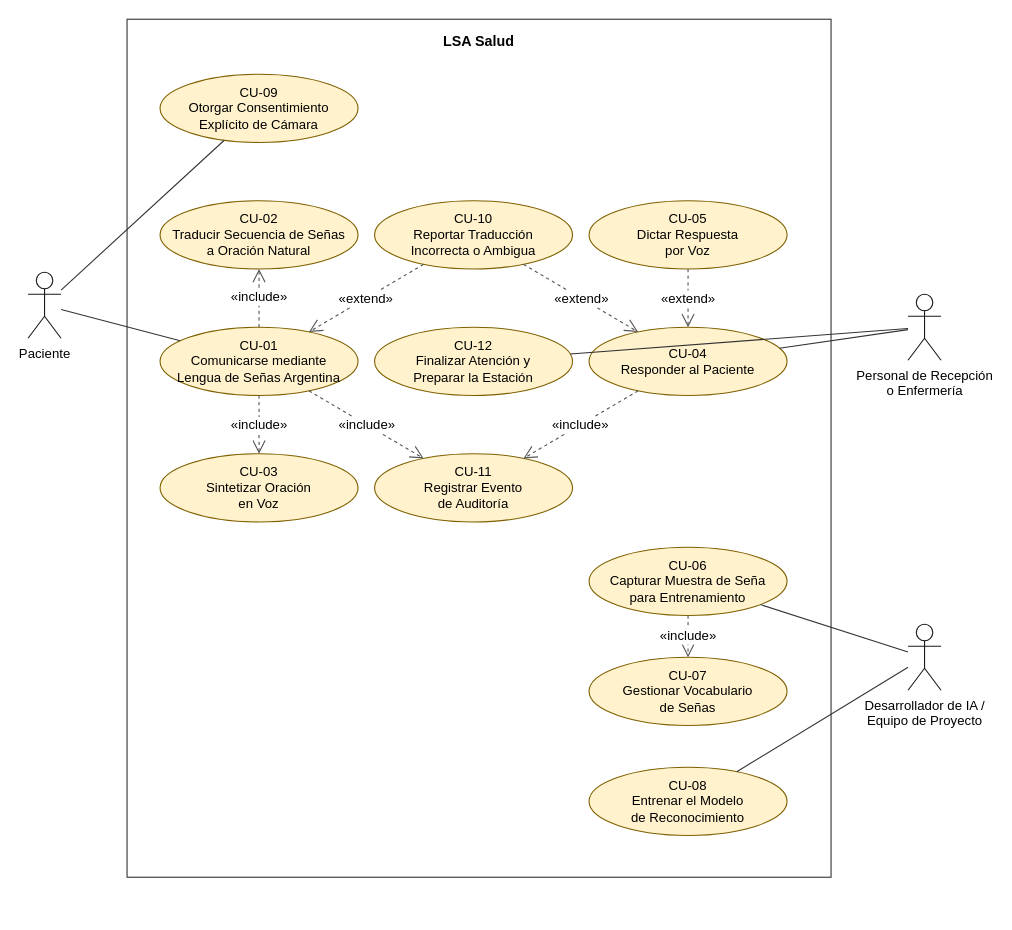
Earlier version of the draw.io diagram docs/diagramas/casos_uso/02_casos_uso.drawio (santinohamada/Nexora). Source tidied: cells renumbered, new cells numbered last; positions are measured from the earlier drawing's top-left corner, leaving out a move shared by most shapes. Both pictures are drawn from the tidied source at 110%, with x=0, y=0 at pixel (28, 19).
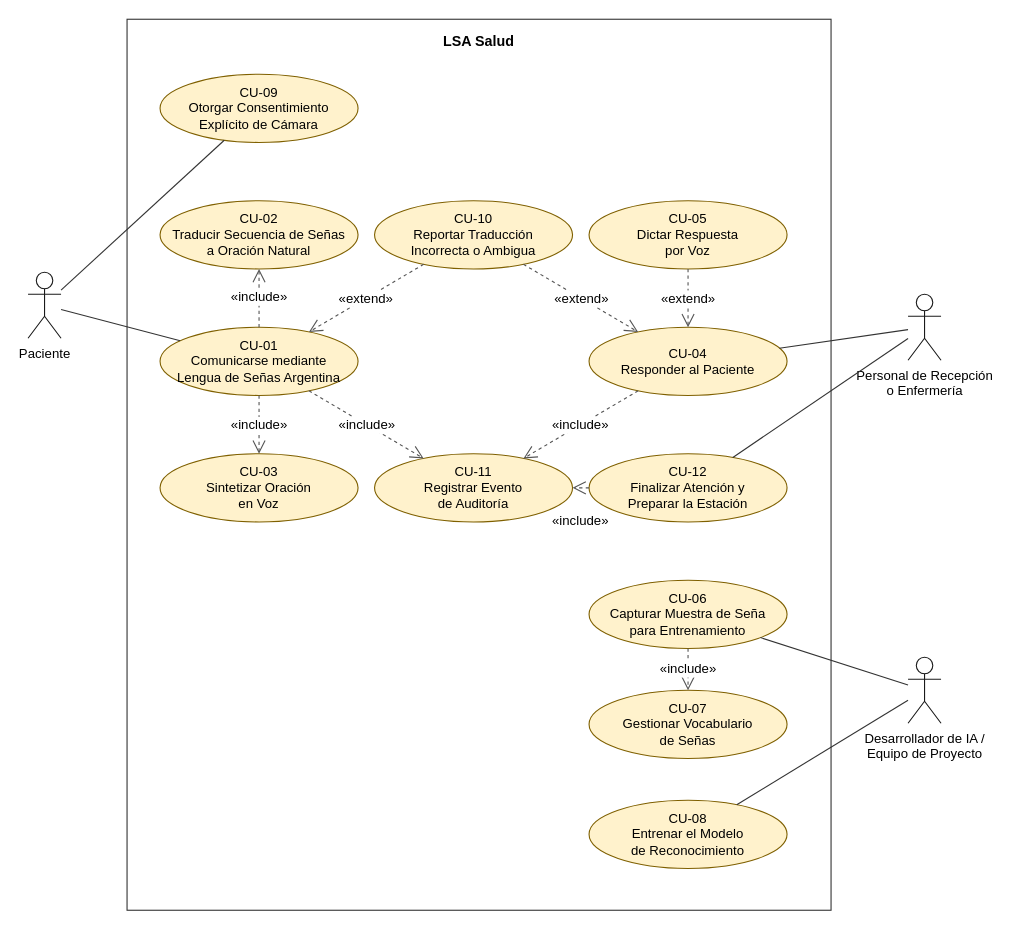
After the change.

The change refers to these unchanged cells:
```xml
<mxCell id="5" value="CU-01&lt;br&gt;Comunicarse mediante&lt;br&gt;Lengua de Señas Argentina" style="ellipse;whiteSpace=wrap;html=1;fillColor=#FFF2CC;strokeColor=#7F6000;fontFamily=Helvetica;fontSize=12;" parent="1" vertex="1">
  <mxGeometry x="120" y="280" width="180" height="62" as="geometry" />
</mxCell>
<mxCell id="7" value="CU-10&lt;br&gt;Reportar Traducción&lt;br&gt;Incorrecta o Ambigua" style="ellipse;whiteSpace=wrap;html=1;fillColor=#FFF2CC;strokeColor=#7F6000;fontFamily=Helvetica;fontSize=12;" parent="1" vertex="1">
  <mxGeometry x="315" y="165" width="180" height="62" as="geometry" />
</mxCell>
<mxCell id="9" value="CU-11&lt;br&gt;Registrar Evento&lt;br&gt;de Auditoría" style="ellipse;whiteSpace=wrap;html=1;fillColor=#FFF2CC;strokeColor=#7F6000;fontFamily=Helvetica;fontSize=12;" parent="1" vertex="1">
  <mxGeometry x="315" y="395" width="180" height="62" as="geometry" />
</mxCell>
<mxCell id="10" value="CU-05&lt;br&gt;Dictar Respuesta&lt;br&gt;por Voz" style="ellipse;whiteSpace=wrap;html=1;fillColor=#FFF2CC;strokeColor=#7F6000;fontFamily=Helvetica;fontSize=12;" parent="1" vertex="1">
  <mxGeometry x="510" y="165" width="180" height="62" as="geometry" />
</mxCell>
<mxCell id="11" value="CU-04&lt;br&gt;Responder al Paciente" style="ellipse;whiteSpace=wrap;html=1;fillColor=#FFF2CC;strokeColor=#7F6000;fontFamily=Helvetica;fontSize=12;" parent="1" vertex="1">
  <mxGeometry x="510" y="280" width="180" height="62" as="geometry" />
</mxCell>
```

What changed in the source:
```diff
@@
     <mxCell id="2" value="LSA Salud" style="rounded=0;whiteSpace=wrap;html=1;fillColor=none;strokeColor=#333333;verticalAlign=top;fontStyle=1;fontFamily=Helvetica;fontSize=13;spacingTop=6;" parent="1" vertex="1">
-      <mxGeometry x="90" width="640" height="780" as="geometry" />
+      <mxGeometry x="90" width="640" height="810" as="geometry" />
     </mxCell>
@@
     <mxCell id="8" value="CU-12&lt;br&gt;Finalizar Atención y&lt;br&gt;Preparar la Estación" style="ellipse;whiteSpace=wrap;html=1;fillColor=#FFF2CC;strokeColor=#7F6000;fontFamily=Helvetica;fontSize=12;" parent="1" vertex="1">
-      <mxGeometry x="315" y="280" width="180" height="62" as="geometry" />
+      <mxGeometry x="510" y="395" width="180" height="62" as="geometry" />
     </mxCell>
@@
     <mxCell id="12" value="CU-06&lt;br&gt;Capturar Muestra de Seña&lt;br&gt;para Entrenamiento" style="ellipse;whiteSpace=wrap;html=1;fillColor=#FFF2CC;strokeColor=#7F6000;fontFamily=Helvetica;fontSize=12;" parent="1" vertex="1">
-      <mxGeometry x="510" y="480" width="180" height="62" as="geometry" />
+      <mxGeometry x="510" y="510" width="180" height="62" as="geometry" />
     </mxCell>
     <mxCell id="13" value="CU-07&lt;br&gt;Gestionar Vocabulario&lt;br&gt;de Señas" style="ellipse;whiteSpace=wrap;html=1;fillColor=#FFF2CC;strokeColor=#7F6000;fontFamily=Helvetica;fontSize=12;" parent="1" vertex="1">
-      <mxGeometry x="510" y="580" width="180" height="62" as="geometry" />
+      <mxGeometry x="510" y="610" width="180" height="62" as="geometry" />
     </mxCell>
     <mxCell id="14" value="CU-08&lt;br&gt;Entrenar el Modelo&lt;br&gt;de Reconocimiento" style="ellipse;whiteSpace=wrap;html=1;fillColor=#FFF2CC;strokeColor=#7F6000;fontFamily=Helvetica;fontSize=12;" parent="1" vertex="1">
-      <mxGeometry x="510" y="680" width="180" height="62" as="geometry" />
+      <mxGeometry x="510" y="710" width="180" height="62" as="geometry" />
     </mxCell>
@@
     <mxCell id="17" value="Desarrollador de IA /&lt;br&gt;Equipo de Proyecto" style="shape=umlActor;verticalLabelPosition=bottom;verticalAlign=top;html=1;outlineConnect=0;fillColor=#FFFFFF;strokeColor=#1A1A1A;fontFamily=Helvetica;fontSize=12;" parent="1" vertex="1">
-      <mxGeometry x="800" y="550" width="30" height="60" as="geometry" />
+      <mxGeometry x="800" y="580" width="30" height="60" as="geometry" />
     </mxCell>
@@
-    <mxCell id="28" value="«include»" style="endArrow=open;endSize=10;dashed=1;html=1;strokeColor=#555555;fontFamily=Helvetica;fontSize=12;labelBackgroundColor=#FFFFFF;" parent="1" edge="1" source="12" target="13">
-      <mxGeometry relative="1" as="geometry" />
+    <mxCell id="28" value="«include»" style="endArrow=open;endSize=10;dashed=1;html=1;strokeColor=#555555;fontFamily=Helvetica;fontSize=12;labelBackgroundColor=#FFFFFF;" parent="1" edge="1" source="8" target="9">
+      <mxGeometry relative="1" as="geometry">
+        <mxPoint y="30" as="offset" />
+      </mxGeometry>
     </mxCell>
-    <mxCell id="29" value="«extend»" style="endArrow=open;endSize=10;dashed=1;html=1;strokeColor=#555555;fontFamily=Helvetica;fontSize=12;labelBackgroundColor=#FFFFFF;" parent="1" edge="1" source="10" target="11">
+    <mxCell id="29" value="«include»" style="endArrow=open;endSize=10;dashed=1;html=1;strokeColor=#555555;fontFamily=Helvetica;fontSize=12;labelBackgroundColor=#FFFFFF;" parent="1" edge="1" source="12" target="13">
       <mxGeometry relative="1" as="geometry" />
     </mxCell>
-    <mxCell id="30" value="«extend»" style="endArrow=open;endSize=10;dashed=1;html=1;strokeColor=#555555;fontFamily=Helvetica;fontSize=12;labelBackgroundColor=#FFFFFF;" parent="1" edge="1" source="7" target="5">
+    <mxCell id="30" value="«extend»" style="endArrow=open;endSize=10;dashed=1;html=1;strokeColor=#555555;fontFamily=Helvetica;fontSize=12;labelBackgroundColor=#FFFFFF;" parent="1" edge="1" source="10" target="11">
       <mxGeometry relative="1" as="geometry" />
     </mxCell>
-    <mxCell id="31" value="«extend»" style="endArrow=open;endSize=10;dashed=1;html=1;strokeColor=#555555;fontFamily=Helvetica;fontSize=12;labelBackgroundColor=#FFFFFF;" parent="1" edge="1" source="7" target="11">
+    <mxCell id="31" value="«extend»" style="endArrow=open;endSize=10;dashed=1;html=1;strokeColor=#555555;fontFamily=Helvetica;fontSize=12;labelBackgroundColor=#FFFFFF;" parent="1" edge="1" source="7" target="5">
       <mxGeometry relative="1" as="geometry" />
     </mxCell>
+    <mxCell id="32" value="«extend»" style="endArrow=open;endSize=10;dashed=1;html=1;strokeColor=#555555;fontFamily=Helvetica;fontSize=12;labelBackgroundColor=#FFFFFF;" parent="1" edge="1" source="7" target="11">
+      <mxGeometry relative="1" as="geometry" />
+    </mxCell>
```
